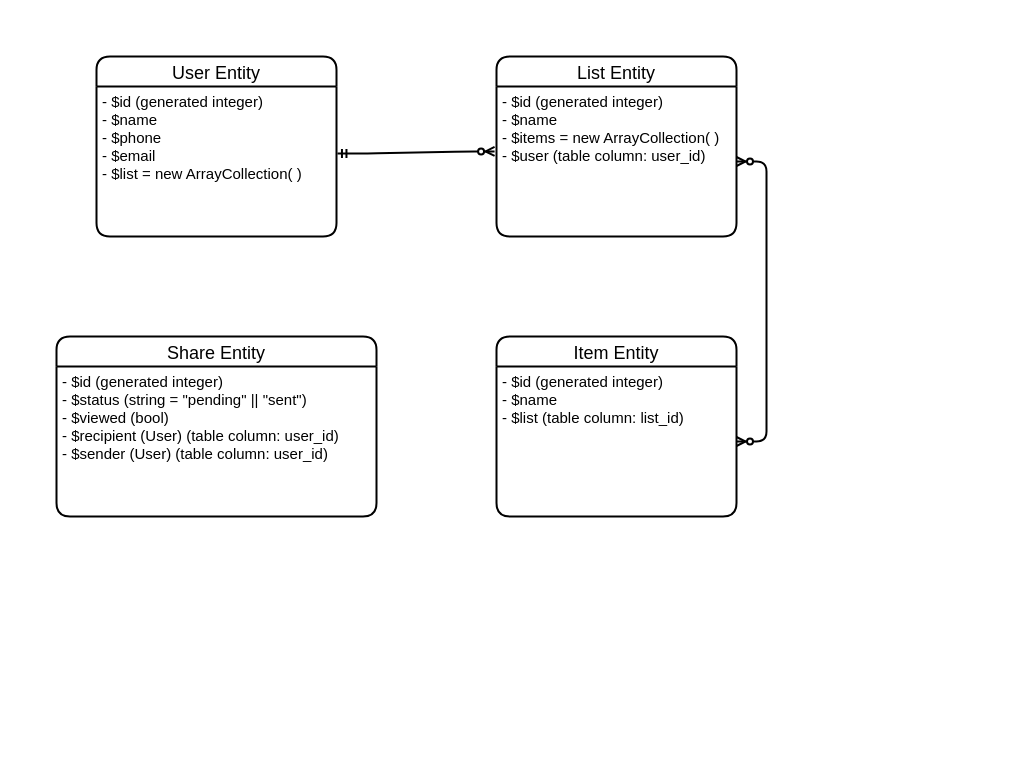
The draw.io diagram PHPapp-sql-diagram.drawio in ericposas/lister-api, before the edit. Source tidied: cells renumbered, new cells numbered last; positions are measured from the earlier drawing's top-left corner, leaving out a move shared by most shapes. Both pictures are drawn from the tidied source at 100%, with x=0, y=0 at pixel (56, 56).
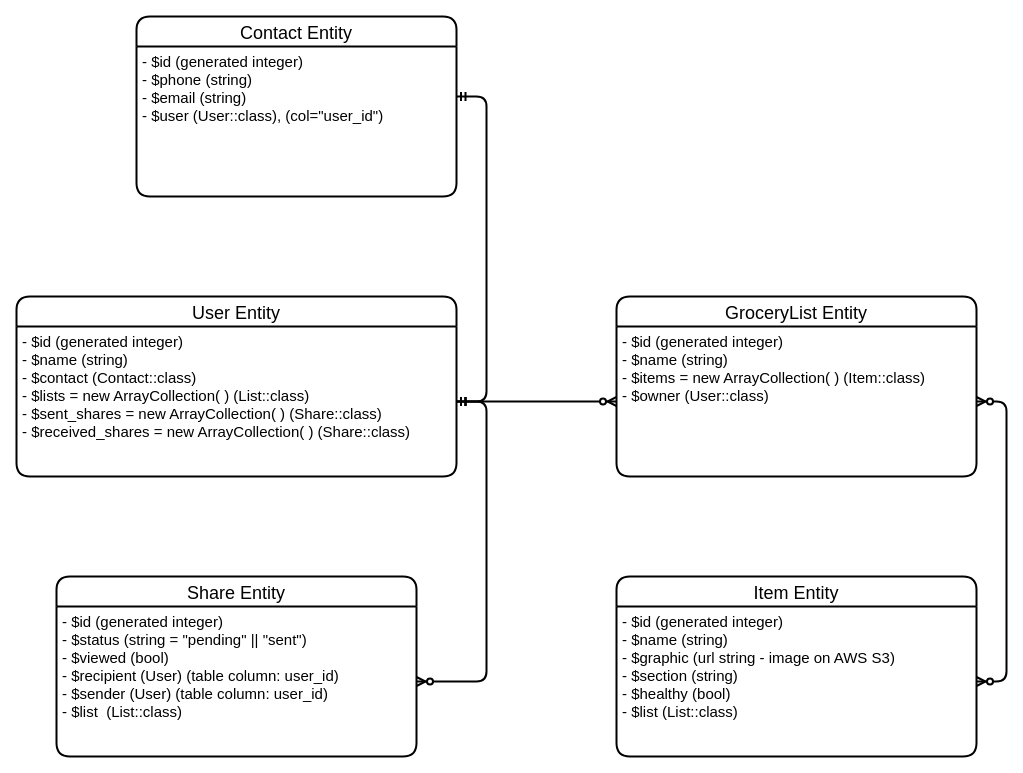
The same page after the edit.

What changed in the source:
```diff
@@
 <mxGraphModel>
   <root>
     <mxCell id="0" />
     <mxCell id="1" parent="0" />
     <mxCell id="2" value="User Entity" style="swimlane;horizontal=1;startSize=30;rounded=1;fontSize=18;fontStyle=0;strokeWidth=2;shadow=0;dashed=0;align=center;" parent="1" vertex="1">
-      <mxGeometry x="40" width="240" height="180" as="geometry" />
+      <mxGeometry x="-40" y="240" width="440" height="180" as="geometry" />
     </mxCell>
-    <mxCell id="3" value="- $id (generated integer)&#10;- $name&#10;- $phone&#10;- $email&#10;- $list = new ArrayCollection( )" style="align=left;strokeColor=none;fillColor=none;spacingLeft=4;fontSize=15;verticalAlign=top;spacingTop=0;" parent="2" vertex="1">
-      <mxGeometry y="30" width="240" height="150" as="geometry" />
+    <mxCell id="3" value="- $id (generated integer)&#10;- $name (string)&#10;- $contact (Contact::class)&#10;- $lists = new ArrayCollection( ) (List::class)&#10;- $sent_shares = new ArrayCollection( ) (Share::class)&#10;- $received_shares = new ArrayCollection( ) (Share::class)&#10;&#10;" style="align=left;strokeColor=none;fillColor=none;spacingLeft=4;fontSize=15;verticalAlign=top;spacingTop=0;" parent="2" vertex="1">
+      <mxGeometry y="30" width="440" height="150" as="geometry" />
     </mxCell>
-    <mxCell id="4" value="List Entity" style="swimlane;horizontal=1;startSize=30;rounded=1;fontSize=18;fontStyle=0;strokeWidth=2;shadow=0;dashed=0;align=center;" parent="1" vertex="1">
-      <mxGeometry x="440" width="240" height="180" as="geometry" />
+    <mxCell id="4" value="GroceryList Entity" style="swimlane;horizontal=1;startSize=30;rounded=1;fontSize=18;fontStyle=0;strokeWidth=2;shadow=0;dashed=0;align=center;" parent="1" vertex="1">
+      <mxGeometry x="560" y="240" width="360" height="180" as="geometry" />
     </mxCell>
-    <mxCell id="5" value="- $id (generated integer)&#10;- $name&#10;- $items = new ArrayCollection( )&#10;- $user (table column: user_id)&#10;" style="align=left;strokeColor=none;fillColor=none;spacingLeft=4;fontSize=15;verticalAlign=top;spacingTop=0;" parent="4" vertex="1">
-      <mxGeometry y="30" width="240" height="150" as="geometry" />
+    <mxCell id="5" value="- $id (generated integer)&#10;- $name (string)&#10;- $items = new ArrayCollection( ) (Item::class)&#10;- $owner (User::class)&#10;" style="align=left;strokeColor=none;fillColor=none;spacingLeft=4;fontSize=15;verticalAlign=top;spacingTop=0;" parent="4" vertex="1">
+      <mxGeometry y="30" width="360" height="150" as="geometry" />
     </mxCell>
-    <mxCell id="6" style="edgeStyle=entityRelationEdgeStyle;fontSize=12;html=1;endArrow=ERzeroToMany;startArrow=ERmandOne;strokeWidth=2;exitX=1.004;exitY=0.447;exitDx=0;exitDy=0;exitPerimeter=0;entryX=-0.008;entryY=0.433;entryDx=0;entryDy=0;entryPerimeter=0;" parent="1" edge="1" source="3" target="5">
+    <mxCell id="6" style="edgeStyle=entityRelationEdgeStyle;fontSize=12;html=1;endArrow=ERzeroToMany;startArrow=ERmandOne;strokeWidth=2;exitX=1;exitY=0.5;exitDx=0;exitDy=0;entryX=0;entryY=0.5;entryDx=0;entryDy=0;" parent="1" edge="1" source="3" target="5">
       <mxGeometry relative="1" as="geometry" />
     </mxCell>
     <mxCell id="7" value="Item Entity" style="swimlane;horizontal=1;startSize=30;rounded=1;fontSize=18;fontStyle=0;strokeWidth=2;shadow=0;dashed=0;align=center;" parent="1" vertex="1">
-      <mxGeometry x="440" y="280" width="240" height="180" as="geometry" />
+      <mxGeometry x="560" y="520" width="360" height="180" as="geometry" />
     </mxCell>
-    <mxCell id="8" value="- $id (generated integer)&#10;- $name&#10;- $list (table column: list_id)&#10;" style="align=left;strokeColor=none;fillColor=none;spacingLeft=4;fontSize=15;verticalAlign=top;spacingTop=0;" parent="7" vertex="1">
-      <mxGeometry y="30" width="240" height="150" as="geometry" />
+    <mxCell id="8" value="- $id (generated integer)&#10;- $name (string)&#10;- $graphic (url string - image on AWS S3)&#10;- $section (string)&#10;- $healthy (bool)&#10;- $list (List::class)&#10;" style="align=left;strokeColor=none;fillColor=none;spacingLeft=4;fontSize=15;verticalAlign=top;spacingTop=0;" parent="7" vertex="1">
+      <mxGeometry y="30" width="360" height="150" as="geometry" />
     </mxCell>
     <mxCell id="9" style="edgeStyle=entityRelationEdgeStyle;fontSize=12;html=1;endArrow=ERzeroToMany;endFill=1;startArrow=ERzeroToMany;strokeWidth=2;" parent="1" edge="1" source="8" target="5">
       <mxGeometry relative="1" as="geometry" />
     </mxCell>
     <mxCell id="10" value="Share Entity" style="swimlane;horizontal=1;startSize=30;rounded=1;fontSize=18;fontStyle=0;strokeWidth=2;shadow=0;dashed=0;align=center;" parent="1" vertex="1">
-      <mxGeometry y="280" width="320" height="180" as="geometry" />
+      <mxGeometry y="520" width="360" height="180" as="geometry" />
     </mxCell>
-    <mxCell id="11" value="- $id (generated integer)&#10;- $status (string = &quot;pending&quot; || &quot;sent&quot;)&#10;- $viewed (bool)&#10;- $recipient (User) (table column: user_id)&#10;- $sender (User) (table column: user_id)&#10;" style="align=left;strokeColor=none;fillColor=none;spacingLeft=4;fontSize=15;verticalAlign=top;spacingTop=0;" parent="10" vertex="1">
-      <mxGeometry y="30" width="320" height="150" as="geometry" />
+    <mxCell id="11" value="- $id (generated integer)&#10;- $status (string = &quot;pending&quot; || &quot;sent&quot;)&#10;- $viewed (bool)&#10;- $recipient (User) (table column: user_id)&#10;- $sender (User) (table column: user_id)&#10;- $list  (List::class)&#10;&#10;" style="align=left;strokeColor=none;fillColor=none;spacingLeft=4;fontSize=15;verticalAlign=top;spacingTop=0;" parent="10" vertex="1">
+      <mxGeometry y="30" width="360" height="150" as="geometry" />
     </mxCell>
+    <mxCell id="12" style="edgeStyle=entityRelationEdgeStyle;fontSize=12;html=1;endArrow=ERzeroToMany;startArrow=ERmandOne;strokeWidth=2;" parent="1" edge="1" source="3" target="11">
+      <mxGeometry relative="1" as="geometry" />
+    </mxCell>
+    <mxCell id="13" value="Contact Entity" style="swimlane;horizontal=1;startSize=30;rounded=1;fontSize=18;fontStyle=0;strokeWidth=2;shadow=0;dashed=0;align=center;" parent="1" vertex="1">
+      <mxGeometry x="80" y="-40" width="320" height="180" as="geometry" />
+    </mxCell>
+    <mxCell id="14" value="- $id (generated integer)&#10;- $phone (string)&#10;- $email (string)&#10;- $user (User::class), (col=&quot;user_id&quot;)" style="align=left;strokeColor=none;fillColor=none;spacingLeft=4;fontSize=15;verticalAlign=top;spacingTop=0;" parent="13" vertex="1">
+      <mxGeometry y="30" width="320" height="150" as="geometry" />
+    </mxCell>
+    <mxCell id="15" style="edgeStyle=entityRelationEdgeStyle;fontSize=12;html=1;endArrow=ERmandOne;startArrow=ERmandOne;entryX=1;entryY=0.333;entryDx=0;entryDy=0;entryPerimeter=0;strokeWidth=2;" parent="1" edge="1" source="3" target="14">
+      <mxGeometry relative="1" as="geometry" />
+    </mxCell>
   </root>
 </mxGraphModel>
```
